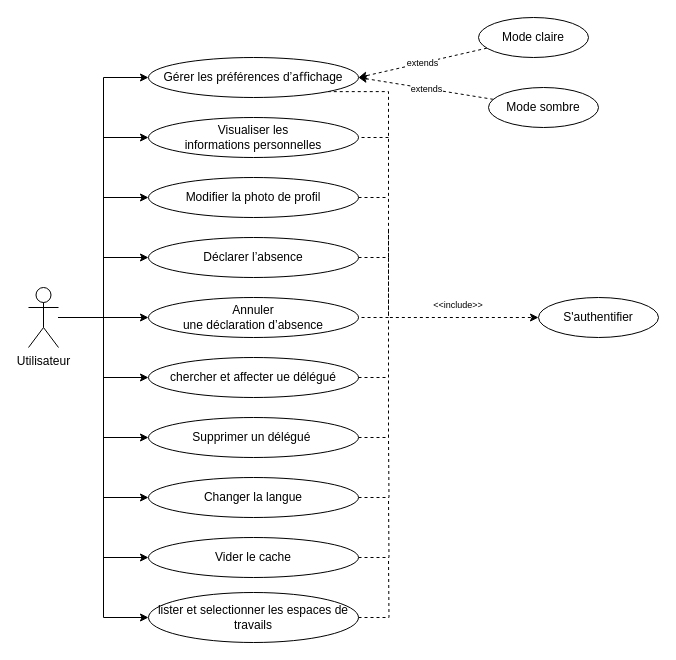
The draw.io diagram UseCaseSprint6.drawio in PFE-Neoledge-2023/rapport, before the edit. Source tidied: cells renumbered, new cells numbered last; positions are measured from the earlier drawing's top-left corner, leaving out a move shared by most shapes. Both pictures are drawn from the tidied source at 100%, with x=0, y=0 at pixel (28, 17).
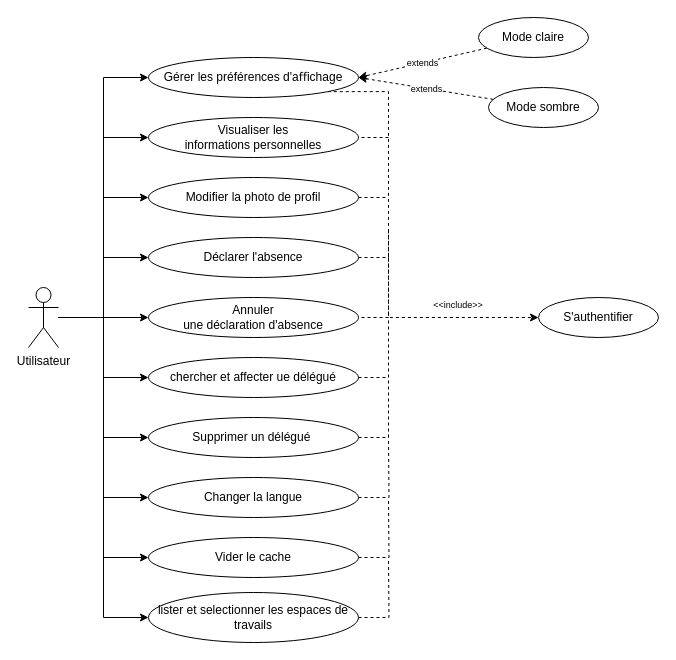
The same page after the edit.

Change to the diagram source:
```diff
@@
-    <mxCell id="14" value="&lt;div&gt;Gérer les&amp;nbsp;&lt;span style=&quot;background-color: initial;&quot;&gt;préférences&amp;nbsp;&lt;/span&gt;&lt;span style=&quot;background-color: initial;&quot;&gt;d’aﬀichage&lt;/span&gt;&lt;/div&gt;" style="ellipse;whiteSpace=wrap;html=1;" parent="1" vertex="1">
+    <mxCell id="14" value="&lt;div&gt;Gérer les&amp;nbsp;&lt;span style=&quot;background-color: initial;&quot;&gt;préférences&amp;nbsp;&lt;/span&gt;&lt;span style=&quot;background-color: initial;&quot;&gt;d'aﬀichage&lt;/span&gt;&lt;/div&gt;" style="ellipse;whiteSpace=wrap;html=1;" parent="1" vertex="1">
       <mxGeometry x="120" y="40" width="210" height="40" as="geometry" />
     </mxCell>
@@
-    <mxCell id="24" value="&lt;div&gt;Déclarer&amp;nbsp;&lt;span style=&quot;background-color: initial;&quot;&gt;l’absence&lt;/span&gt;&lt;/div&gt;" style="ellipse;whiteSpace=wrap;html=1;" parent="1" vertex="1">
+    <mxCell id="24" value="&lt;div&gt;Déclarer&amp;nbsp;&lt;span style=&quot;background-color: initial;&quot;&gt;l'absence&lt;/span&gt;&lt;/div&gt;" style="ellipse;whiteSpace=wrap;html=1;" parent="1" vertex="1">
       <mxGeometry x="120" y="220" width="210" height="40" as="geometry" />
     </mxCell>
@@
-    <mxCell id="26" value="&lt;div&gt;Annuler&lt;/div&gt;&lt;div&gt;une déclara&lt;span style=&quot;background-color: initial;&quot;&gt;tion d’absence&lt;/span&gt;&lt;/div&gt;" style="ellipse;whiteSpace=wrap;html=1;" parent="1" vertex="1">
+    <mxCell id="26" value="&lt;div&gt;Annuler&lt;/div&gt;&lt;div&gt;une déclara&lt;span style=&quot;background-color: initial;&quot;&gt;tion d'absence&lt;/span&gt;&lt;/div&gt;" style="ellipse;whiteSpace=wrap;html=1;" parent="1" vertex="1">
       <mxGeometry x="120" y="280" width="210" height="40" as="geometry" />
     </mxCell>
```
